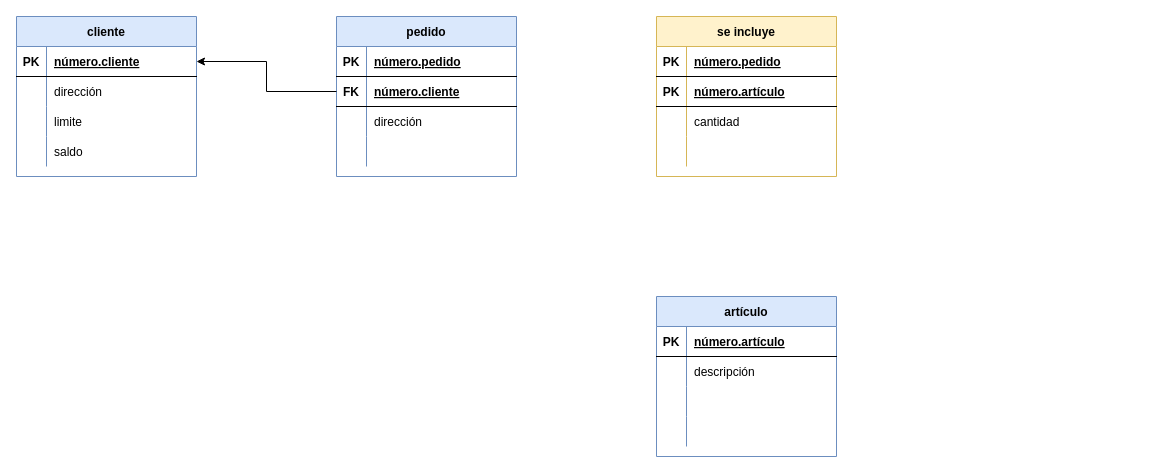
The draw.io diagram Tareas/Tema 3/Tarea 3/Tarea 3.drawio in JCarlosAR032/base-de-datos, before the edit. Source tidied: cells renumbered, new cells numbered last; positions are measured from the earlier drawing's top-left corner, leaving out a move shared by most shapes. Both pictures are drawn from the tidied source at 100%, with x=0, y=0 at pixel (16, 16).
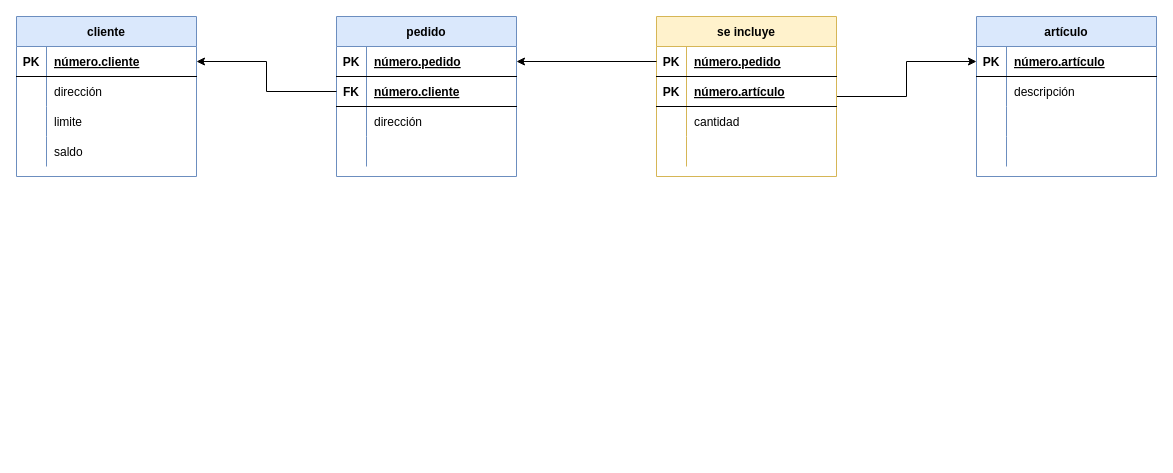
Above is the later version.

Unchanged cells that the change refers to:
```xml
<mxCell id="16" style="shape=tableRow;horizontal=0;startSize=0;swimlaneHead=0;swimlaneBody=0;fillColor=none;points=[[0,0.5],[1,0.5]];portConstraint=eastwest;top=0;left=0;right=0;bottom=1;" parent="15" vertex="1">
  <mxGeometry y="30" width="180" height="30" as="geometry" />
</mxCell>
<mxCell id="29" style="shape=tableRow;horizontal=0;startSize=0;swimlaneHead=0;swimlaneBody=0;fillColor=none;points=[[0,0.5],[1,0.5]];portConstraint=eastwest;top=0;left=0;right=0;bottom=1;" parent="28" vertex="1">
  <mxGeometry y="30" width="180" height="30" as="geometry" />
</mxCell>
<mxCell id="42" value="se incluye" style="shape=table;startSize=30;childLayout=tableLayout;rowLines=0;fontStyle=1;align=center;fillColor=#fff2cc;strokeColor=#d6b656;" parent="1" vertex="1">
  <mxGeometry x="640" width="180" height="160" as="geometry" />
</mxCell>
<mxCell id="43" style="shape=tableRow;horizontal=0;startSize=0;swimlaneHead=0;swimlaneBody=0;fillColor=none;points=[[0,0.5],[1,0.5]];portConstraint=eastwest;top=0;left=0;right=0;bottom=1;" parent="42" vertex="1">
  <mxGeometry y="30" width="180" height="30" as="geometry" />
</mxCell>
```

What changed in the source:
```diff
@@
     <mxCell id="28" value="artículo" style="shape=table;startSize=30;childLayout=tableLayout;rowLines=0;fontStyle=1;align=center;fillColor=#dae8fc;strokeColor=#6c8ebf;" parent="1" vertex="1">
-      <mxGeometry x="640" y="280" width="180" height="160" as="geometry" />
+      <mxGeometry x="960" width="180" height="160" as="geometry" />
     </mxCell>
@@
+    <mxCell id="55" style="edgeStyle=orthogonalEdgeStyle;rounded=0;jettySize=auto;html=1;exitX=1;exitY=0.5;exitDx=0;exitDy=0;entryX=0;entryY=0.5;entryDx=0;entryDy=0;" parent="1" edge="1" source="42" target="29">
+      <mxGeometry relative="1" as="geometry" />
+    </mxCell>
@@
+    <mxCell id="56" style="edgeStyle=orthogonalEdgeStyle;rounded=0;jettySize=auto;html=1;exitX=0;exitY=0.5;exitDx=0;exitDy=0;entryX=1;entryY=0.5;entryDx=0;entryDy=0;" parent="1" edge="1" source="43" target="16">
+      <mxGeometry relative="1" as="geometry" />
+    </mxCell>
```
